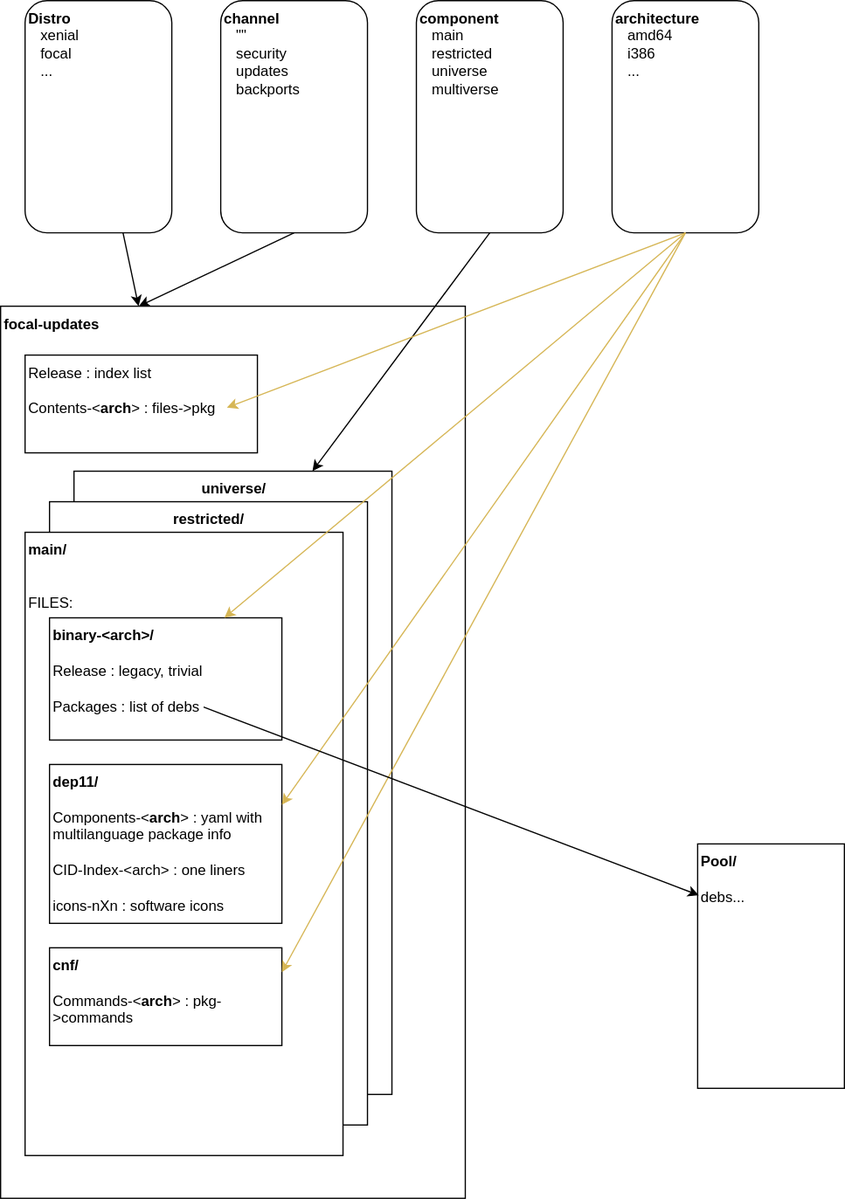
Before: doc/repoChannels.svg, a diagram exported from draw.io (junga-com/bg-pkgrepo-deb). Source tidied: cells renumbered, new cells last; positions are measured from the earlier drawing's top-left corner, leaving out a move shared by most shapes. Source of this version:
```xml
<mxGraphModel background="#ffffff">
  <root>
    <mxCell id="0" />
    <mxCell id="1" parent="0" />
    <mxCell id="2" value="&lt;b&gt;focal-updates&lt;br&gt;&lt;/b&gt;&lt;br&gt;&lt;br&gt;&lt;br&gt;&lt;br&gt;&lt;br&gt;&lt;br&gt;" style="rounded=0;whiteSpace=wrap;html=1;align=left;verticalAlign=top;" parent="1" vertex="1">
      <mxGeometry y="250" width="380" height="730" as="geometry" />
    </mxCell>
    <mxCell id="3" style="rounded=0;html=1;jettySize=auto;" parent="1" edge="1" source="4" target="2">
      <mxGeometry relative="1" as="geometry" />
    </mxCell>
    <mxCell id="4" value="&lt;b&gt;Distro&lt;/b&gt;&lt;br&gt;&amp;nbsp; &amp;nbsp;xenial&lt;br&gt;&amp;nbsp; &amp;nbsp;focal&lt;br&gt;&amp;nbsp; &amp;nbsp;..." style="rounded=1;whiteSpace=wrap;html=1;verticalAlign=top;align=left;" parent="1" vertex="1">
      <mxGeometry x="20" width="120" height="190" as="geometry" />
    </mxCell>
    <mxCell id="5" style="edgeStyle=none;rounded=0;html=1;jettySize=auto;entryX=0.297;entryY=0;exitX=0.5;exitY=1;entryPerimeter=0;" parent="1" edge="1" source="6" target="2">
      <mxGeometry relative="1" as="geometry" />
    </mxCell>
    <mxCell id="6" value="&lt;b&gt;channel&lt;/b&gt;&lt;br&gt;&amp;nbsp; &amp;nbsp;&quot;&quot;&lt;br&gt;&amp;nbsp; &amp;nbsp;security&lt;br&gt;&amp;nbsp; &amp;nbsp;updates&lt;br&gt;&amp;nbsp; &amp;nbsp;backports" style="rounded=1;whiteSpace=wrap;html=1;verticalAlign=top;align=left;" parent="1" vertex="1">
      <mxGeometry x="180" width="120" height="190" as="geometry" />
    </mxCell>
    <mxCell id="7" style="edgeStyle=none;rounded=0;html=1;jettySize=auto;entryX=0.75;entryY=0;exitX=0.5;exitY=1;" parent="1" edge="1" source="8" target="12">
      <mxGeometry relative="1" as="geometry" />
    </mxCell>
    <mxCell id="8" value="&lt;b&gt;component&lt;/b&gt;&lt;br&gt;&amp;nbsp; &amp;nbsp;main&lt;br&gt;&amp;nbsp; &amp;nbsp;restricted&lt;br&gt;&amp;nbsp; &amp;nbsp;universe&lt;br&gt;&amp;nbsp; &amp;nbsp;multiverse" style="rounded=1;whiteSpace=wrap;html=1;verticalAlign=top;align=left;" parent="1" vertex="1">
      <mxGeometry x="340" width="120" height="190" as="geometry" />
    </mxCell>
    <mxCell id="9" value="&lt;b&gt;architecture&lt;/b&gt;&lt;br&gt;&amp;nbsp; &amp;nbsp;amd64&lt;br&gt;&amp;nbsp; &amp;nbsp;i386&lt;br&gt;&amp;nbsp; &amp;nbsp;...&lt;br&gt;&lt;br&gt;" style="rounded=1;whiteSpace=wrap;html=1;verticalAlign=top;align=left;" parent="1" vertex="1">
      <mxGeometry x="500" width="120" height="190" as="geometry" />
    </mxCell>
    <mxCell id="10" value="Release : index list&lt;br&gt;&lt;br&gt;Contents-&amp;lt;&lt;b&gt;arch&lt;/b&gt;&amp;gt; : files-&amp;gt;pkg&lt;br&gt;&lt;br&gt;" style="rounded=0;whiteSpace=wrap;html=1;align=left;verticalAlign=top;" parent="1" vertex="1">
      <mxGeometry x="20" y="290" width="190" height="80" as="geometry" />
    </mxCell>
    <mxCell id="11" style="group;" parent="1" vertex="1">
      <mxGeometry x="20" y="385" width="300" height="560" as="geometry" />
    </mxCell>
    <mxCell id="12" value="&lt;b&gt;universe/&lt;/b&gt;" style="rounded=0;whiteSpace=wrap;html=1;align=center;verticalAlign=top;" parent="11" vertex="1">
      <mxGeometry x="40" width="260" height="510" as="geometry" />
    </mxCell>
    <mxCell id="13" value="&lt;b&gt;restricted/&lt;/b&gt;" style="rounded=0;whiteSpace=wrap;html=1;align=center;verticalAlign=top;" parent="11" vertex="1">
      <mxGeometry x="20" y="25" width="260" height="510" as="geometry" />
    </mxCell>
    <mxCell id="14" style="group;" parent="11" vertex="1">
      <mxGeometry y="50" width="260" height="510" as="geometry" />
    </mxCell>
    <mxCell id="15" value="&lt;b&gt;main/&lt;br&gt;&lt;/b&gt;&lt;br&gt;&lt;br&gt;FILES:&lt;br&gt;&lt;br&gt;&lt;br&gt;&lt;br&gt;&lt;br&gt;&lt;br&gt;" style="rounded=0;whiteSpace=wrap;html=1;align=left;verticalAlign=top;" parent="14" vertex="1">
      <mxGeometry width="260" height="510" as="geometry" />
    </mxCell>
    <mxCell id="16" value="&lt;b&gt;dep11/&lt;br&gt;&lt;/b&gt;&lt;br&gt;Components-&amp;lt;&lt;b&gt;arch&lt;/b&gt;&amp;gt; : yaml with multilanguage package info&lt;br&gt;&lt;br&gt;CID-Index-&amp;lt;arch&amp;gt; : one liners&lt;br&gt;&lt;br&gt;icons-nXn : software icons&lt;br&gt;" style="rounded=0;whiteSpace=wrap;html=1;align=left;verticalAlign=top;" parent="14" vertex="1">
      <mxGeometry x="20" y="190" width="190" height="130" as="geometry" />
    </mxCell>
    <mxCell id="17" value="&lt;b&gt;cnf/&lt;br&gt;&lt;/b&gt;&lt;br&gt;Commands-&amp;lt;&lt;b&gt;arch&lt;/b&gt;&amp;gt; : pkg-&amp;gt;commands&lt;br&gt;&lt;br&gt;" style="rounded=0;whiteSpace=wrap;html=1;align=left;verticalAlign=top;" parent="14" vertex="1">
      <mxGeometry x="20" y="340" width="190" height="80" as="geometry" />
    </mxCell>
    <mxCell id="18" value="&lt;span&gt;&lt;b&gt;binary-&amp;lt;arch&amp;gt;/&lt;br&gt;&lt;/b&gt;&lt;br&gt;Release : legacy, trivial&lt;br&gt;&lt;/span&gt;&lt;br&gt;Packages : list of debs&lt;br&gt;&lt;br&gt;&lt;br&gt;" style="rounded=0;whiteSpace=wrap;html=1;align=left;verticalAlign=top;" parent="14" vertex="1">
      <mxGeometry x="20" y="70" width="190" height="100" as="geometry" />
    </mxCell>
    <mxCell id="19" style="edgeStyle=none;rounded=0;html=1;jettySize=auto;entryX=0.75;entryY=0;exitX=0.5;exitY=1;fillColor=#fff2cc;strokeColor=#d6b656;" parent="1" edge="1" source="9" target="18">
      <mxGeometry relative="1" as="geometry" />
    </mxCell>
    <mxCell id="20" style="edgeStyle=none;rounded=0;html=1;entryX=1;entryY=0.25;jettySize=auto;exitX=0.5;exitY=1;fillColor=#fff2cc;strokeColor=#d6b656;" parent="1" edge="1" source="9" target="16">
      <mxGeometry relative="1" as="geometry" />
    </mxCell>
    <mxCell id="21" style="edgeStyle=none;rounded=0;html=1;entryX=1;entryY=0.25;jettySize=auto;fillColor=#fff2cc;strokeColor=#d6b656;" parent="1" edge="1" target="17">
      <mxGeometry relative="1" as="geometry">
        <mxPoint x="560" y="190" as="sourcePoint" />
      </mxGeometry>
    </mxCell>
    <mxCell id="22" style="edgeStyle=none;rounded=0;html=1;entryX=0.868;entryY=0.538;entryPerimeter=0;jettySize=auto;exitX=0.5;exitY=1;fillColor=#fff2cc;strokeColor=#d6b656;" parent="1" edge="1" source="9" target="10">
      <mxGeometry relative="1" as="geometry" />
    </mxCell>
    <mxCell id="23" value="&lt;b&gt;Pool/&lt;/b&gt;&lt;br&gt;&lt;br&gt;debs...&lt;br&gt;" style="rounded=0;whiteSpace=wrap;html=1;align=left;verticalAlign=top;" parent="1" vertex="1">
      <mxGeometry x="570" y="690" width="120" height="200" as="geometry" />
    </mxCell>
    <mxCell id="24" style="edgeStyle=none;rounded=0;html=1;entryX=0.008;entryY=0.21;entryPerimeter=0;jettySize=auto;exitX=0.663;exitY=0.73;exitPerimeter=0;" parent="1" edge="1" source="18" target="23">
      <mxGeometry relative="1" as="geometry" />
    </mxCell>
  </root>
</mxGraphModel>
```
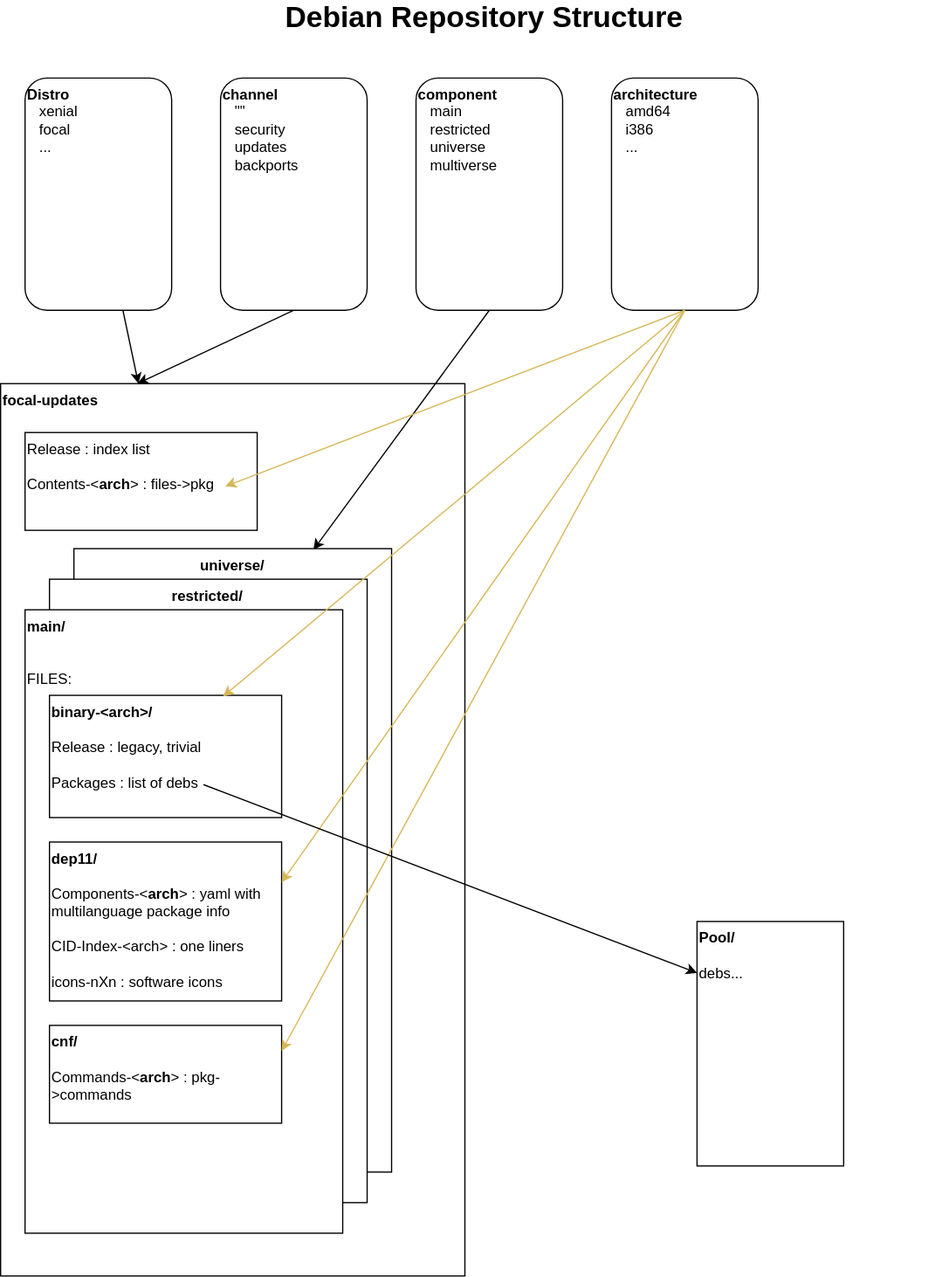
Above is the later version.

Diff of the diagram source:
```diff
@@ -73,5 +73,8 @@
     <mxCell id="24" style="edgeStyle=none;rounded=0;html=1;entryX=0.008;entryY=0.21;entryPerimeter=0;jettySize=auto;exitX=0.663;exitY=0.73;exitPerimeter=0;" parent="1" edge="1" source="18" target="23">
       <mxGeometry relative="1" as="geometry" />
     </mxCell>
+    <mxCell id="25" value="Debian Repository Structure" style="text;html=1;strokeColor=none;fillColor=none;align=center;verticalAlign=middle;whiteSpace=wrap;rounded=0;fontStyle=1;fontSize=24;" parent="1" vertex="1">
+      <mxGeometry x="20" y="-60" width="750" height="20" as="geometry" />
+    </mxCell>
   </root>
 </mxGraphModel>
```
